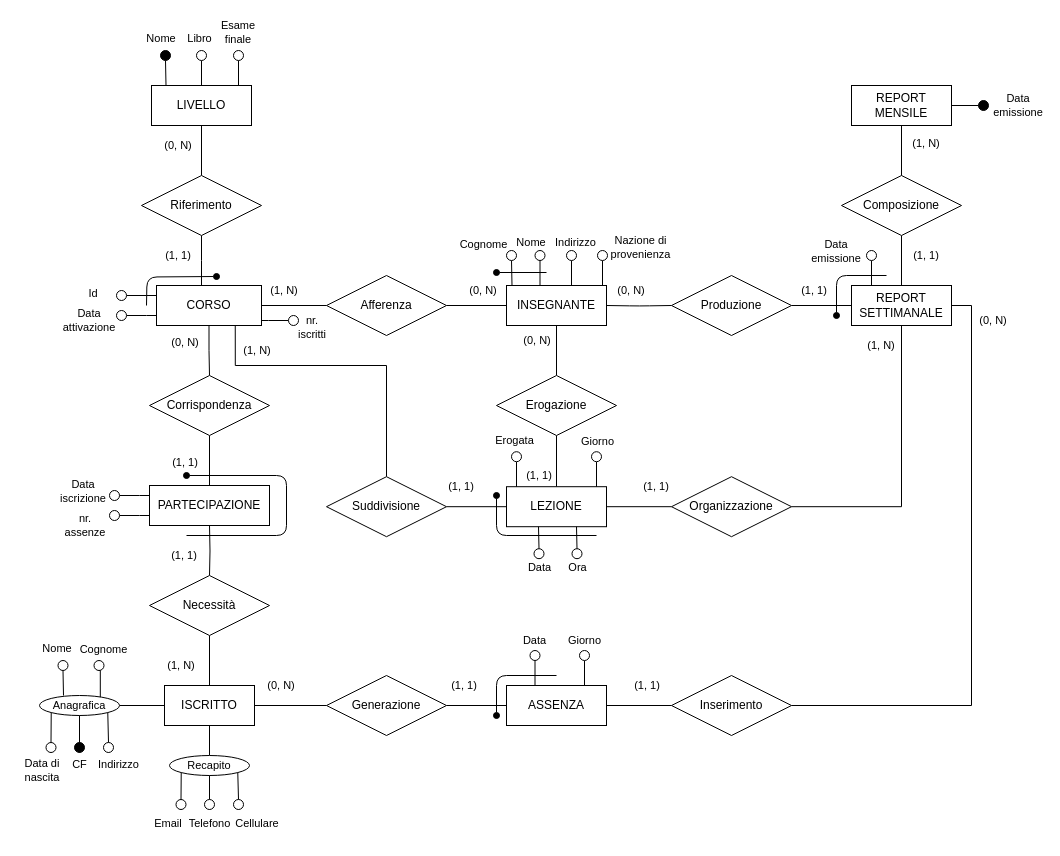
This is progettoDB.drawio from TizianoLilli/GitExerciseLinux, a draw.io file, before an edit. Source tidied: cells renumbered, new cells numbered last; positions are measured from the earlier drawing's top-left corner, leaving out a move shared by most shapes. Both pictures are drawn from the tidied source at 100%, with x=0, y=0 at pixel (17, 17).
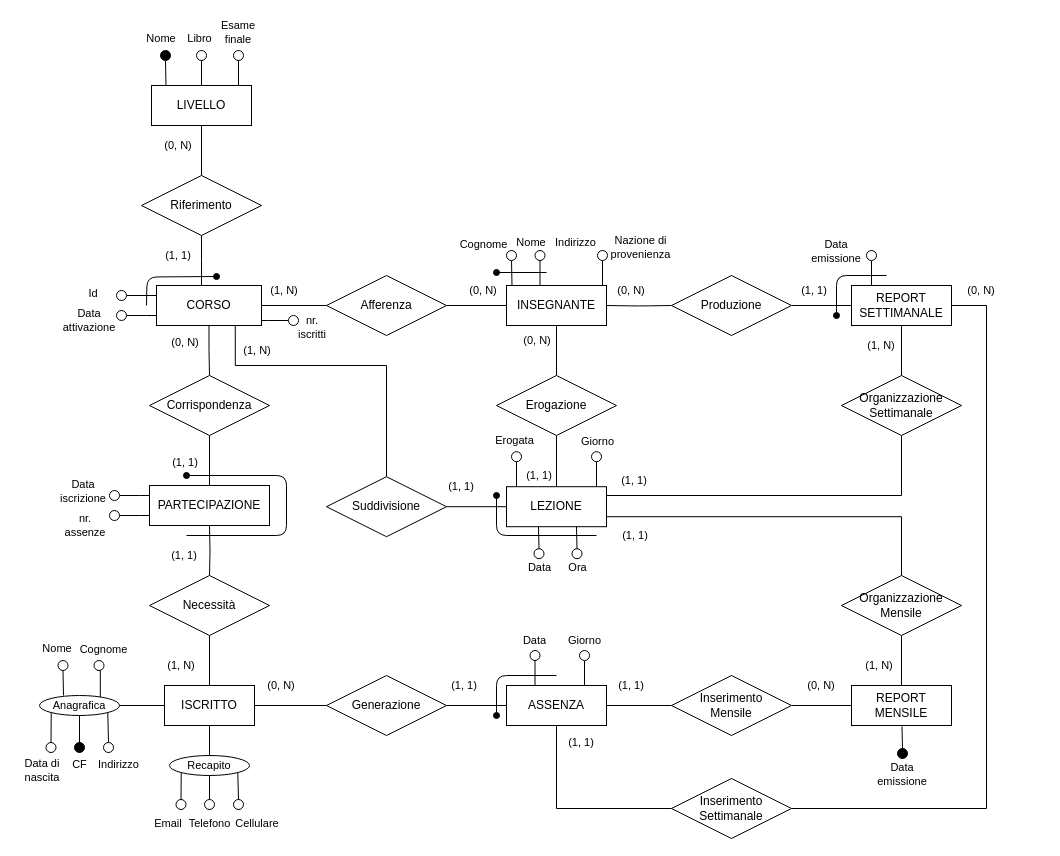
Above is the later version.

Unchanged cells that the change refers to:
```xml
<mxCell id="27" value="REPORT SETTIMANALE" style="whiteSpace=wrap;html=1;align=center;" parent="1" vertex="1">
  <mxGeometry x="834" y="268" width="100" height="40" as="geometry" />
</mxCell>
<mxCell id="34" value="LEZIONE" style="whiteSpace=wrap;html=1;align=center;" parent="1" vertex="1">
  <mxGeometry x="489" y="469.2" width="100" height="40" as="geometry" />
</mxCell>
<mxCell id="39" value="ASSENZA" style="whiteSpace=wrap;html=1;align=center;" parent="1" vertex="1">
  <mxGeometry x="489" y="668" width="100" height="40" as="geometry" />
</mxCell>
```

The edit, as a diff of the source:
```diff
@@
-    <mxCell id="24" style="edgeStyle=orthogonalEdgeStyle;shape=connector;curved=0;rounded=0;jettySize=auto;html=1;strokeColor=default;align=center;verticalAlign=middle;fontFamily=Helvetica;fontSize=11;fontColor=default;labelBackgroundColor=default;endArrow=none;endFill=0;" parent="1" edge="1" source="27" target="30">
-      <mxGeometry relative="1" as="geometry" />
-    </mxCell>
-    <mxCell id="25" style="edgeStyle=orthogonalEdgeStyle;shape=connector;curved=0;rounded=0;jettySize=auto;html=1;exitX=0.5;exitY=1;exitDx=0;exitDy=0;entryX=1;entryY=0.5;entryDx=0;entryDy=0;strokeColor=default;align=center;verticalAlign=middle;fontFamily=Helvetica;fontSize=11;fontColor=default;labelBackgroundColor=default;endArrow=none;endFill=0;" parent="1" edge="1" source="27" target="38">
+    <mxCell id="25" style="edgeStyle=orthogonalEdgeStyle;shape=connector;curved=0;rounded=0;jettySize=auto;html=1;exitX=0.5;exitY=1;exitDx=0;exitDy=0;entryX=0.5;entryY=0;entryDx=0;entryDy=0;strokeColor=default;align=center;verticalAlign=middle;fontFamily=Helvetica;fontSize=11;fontColor=default;labelBackgroundColor=default;endArrow=none;endFill=0;" parent="1" edge="1" source="27" target="38">
       <mxGeometry relative="1" as="geometry" />
     </mxCell>
     <mxCell id="26" style="edgeStyle=orthogonalEdgeStyle;shape=connector;curved=0;rounded=0;jettySize=auto;html=1;exitX=1;exitY=0.5;exitDx=0;exitDy=0;entryX=1;entryY=0.5;entryDx=0;entryDy=0;strokeColor=default;align=center;verticalAlign=middle;fontFamily=Helvetica;fontSize=11;fontColor=default;labelBackgroundColor=default;endArrow=none;endFill=0;" parent="1" edge="1" source="27" target="44">
-      <mxGeometry relative="1" as="geometry" />
+      <mxGeometry relative="1" as="geometry">
+        <Array as="points">
+          <mxPoint x="969" y="288" />
+          <mxPoint x="969" y="791" />
+        </Array>
+      </mxGeometry>
     </mxCell>
@@
-    <mxCell id="30" value="Composizione" style="shape=rhombus;perimeter=rhombusPerimeter;whiteSpace=wrap;html=1;align=center;" parent="1" vertex="1">
-      <mxGeometry x="824" y="158" width="120" height="60" as="geometry" />
-    </mxCell>
-    <mxCell id="31" style="edgeStyle=orthogonalEdgeStyle;shape=connector;curved=0;rounded=0;jettySize=auto;html=1;strokeColor=default;align=center;verticalAlign=middle;fontFamily=Helvetica;fontSize=11;fontColor=default;labelBackgroundColor=default;endArrow=none;endFill=0;" parent="1" edge="1" source="32" target="30">
-      <mxGeometry relative="1" as="geometry" />
-    </mxCell>
+    <mxCell id="168" style="edgeStyle=orthogonalEdgeStyle;rounded=0;jettySize=auto;html=1;endArrow=none;endFill=0;" parent="1" edge="1" source="32" target="173">
+      <mxGeometry relative="1" as="geometry" />
+    </mxCell>
     <mxCell id="32" value="REPORT MENSILE" style="whiteSpace=wrap;html=1;align=center;" parent="1" vertex="1">
-      <mxGeometry x="834" y="68" width="100" height="40" as="geometry" />
+      <mxGeometry x="834" y="668" width="100" height="40" as="geometry" />
     </mxCell>
@@
+    <mxCell id="169" style="edgeStyle=orthogonalEdgeStyle;rounded=0;jettySize=auto;html=1;exitX=1;exitY=0.75;exitDx=0;exitDy=0;entryX=0.5;entryY=0;entryDx=0;entryDy=0;endArrow=none;endFill=0;" parent="1" edge="1" source="34" target="173">
+      <mxGeometry relative="1" as="geometry" />
+    </mxCell>
@@
-    <mxCell id="37" style="edgeStyle=orthogonalEdgeStyle;shape=connector;curved=0;rounded=0;jettySize=auto;html=1;strokeColor=default;align=center;verticalAlign=middle;fontFamily=Helvetica;fontSize=11;fontColor=default;labelBackgroundColor=default;endArrow=none;endFill=0;" parent="1" edge="1" source="38" target="34">
-      <mxGeometry relative="1" as="geometry" />
+    <mxCell id="37" style="edgeStyle=orthogonalEdgeStyle;shape=connector;curved=0;rounded=0;jettySize=auto;html=1;strokeColor=default;align=center;verticalAlign=middle;fontFamily=Helvetica;fontSize=11;fontColor=default;labelBackgroundColor=default;endArrow=none;endFill=0;exitX=0.5;exitY=1;exitDx=0;exitDy=0;" parent="1" edge="1" source="38" target="34">
+      <mxGeometry relative="1" as="geometry">
+        <Array as="points">
+          <mxPoint x="884" y="478" />
+        </Array>
+      </mxGeometry>
     </mxCell>
-    <mxCell id="38" value="Organizzazione" style="shape=rhombus;perimeter=rhombusPerimeter;whiteSpace=wrap;html=1;align=center;" parent="1" vertex="1">
-      <mxGeometry x="654" y="459.2" width="120" height="60" as="geometry" />
+    <mxCell id="38" value="Organizzazione&lt;div&gt;Settimanale&lt;/div&gt;" style="shape=rhombus;perimeter=rhombusPerimeter;whiteSpace=wrap;html=1;align=center;" parent="1" vertex="1">
+      <mxGeometry x="824" y="358" width="120" height="60" as="geometry" />
     </mxCell>
+    <mxCell id="170" style="edgeStyle=orthogonalEdgeStyle;rounded=0;jettySize=auto;html=1;endArrow=none;endFill=0;" parent="1" edge="1" source="39" target="172">
+      <mxGeometry relative="1" as="geometry" />
+    </mxCell>
@@
-    <mxCell id="44" value="Inserimento" style="shape=rhombus;perimeter=rhombusPerimeter;whiteSpace=wrap;html=1;align=center;" parent="1" vertex="1">
-      <mxGeometry x="654" y="658" width="120" height="60" as="geometry" />
+    <mxCell id="44" value="Inserimento&lt;div&gt;Settimanale&lt;/div&gt;" style="shape=rhombus;perimeter=rhombusPerimeter;whiteSpace=wrap;html=1;align=center;" parent="1" vertex="1">
+      <mxGeometry x="654" y="761" width="120" height="60" as="geometry" />
     </mxCell>
@@
     <mxCell id="89" value="Data emissione" style="text;html=1;whiteSpace=wrap;strokeColor=none;fillColor=none;align=center;verticalAlign=middle;rounded=0;fontFamily=Helvetica;fontSize=11;fontColor=default;labelBackgroundColor=default;" parent="1" vertex="1">
-      <mxGeometry x="981" y="73" width="40" height="30" as="geometry" />
+      <mxGeometry x="865" y="741.5" width="40" height="30" as="geometry" />
     </mxCell>
-    <mxCell id="90" style="edgeStyle=orthogonalEdgeStyle;shape=connector;rounded=0;jettySize=auto;html=1;strokeColor=default;align=center;verticalAlign=middle;fontFamily=Helvetica;fontSize=11;fontColor=default;labelBackgroundColor=default;endArrow=none;endFill=0;entryX=1;entryY=0.5;entryDx=0;entryDy=0;" parent="1" edge="1" source="91" target="32">
-      <mxGeometry relative="1" as="geometry" />
-    </mxCell>
-    <mxCell id="91" style="ellipse;whiteSpace=wrap;html=1;rounded=1;fontFamily=Helvetica;fontSize=11;fontColor=default;labelBackgroundColor=default;fillColor=#000000;" parent="1" vertex="1">
-      <mxGeometry x="961" y="83" width="10" height="10" as="geometry" />
-    </mxCell>
@@
     <mxCell id="114" value="(0, N)" style="text;html=1;whiteSpace=wrap;strokeColor=none;fillColor=none;align=center;verticalAlign=middle;rounded=0;fontFamily=Helvetica;fontSize=11;fontColor=default;labelBackgroundColor=default;" parent="1" vertex="1">
-      <mxGeometry x="961" y="293" width="30" height="20" as="geometry" />
+      <mxGeometry x="949" y="263" width="30" height="20" as="geometry" />
     </mxCell>
@@
     <mxCell id="116" value="(1, 1)" style="text;html=1;whiteSpace=wrap;strokeColor=none;fillColor=none;align=center;verticalAlign=middle;rounded=0;fontFamily=Helvetica;fontSize=11;fontColor=default;labelBackgroundColor=default;" parent="1" vertex="1">
-      <mxGeometry x="614.5" y="658" width="30" height="20" as="geometry" />
+      <mxGeometry x="549" y="714.5" width="30" height="20" as="geometry" />
     </mxCell>
-    <mxCell id="117" value="(1, N)" style="text;html=1;whiteSpace=wrap;strokeColor=none;fillColor=none;align=center;verticalAlign=middle;rounded=0;fontFamily=Helvetica;fontSize=11;fontColor=default;labelBackgroundColor=default;" parent="1" vertex="1">
-      <mxGeometry x="894" y="116" width="30" height="20" as="geometry" />
-    </mxCell>
-    <mxCell id="118" value="(1, 1)" style="text;html=1;whiteSpace=wrap;strokeColor=none;fillColor=none;align=center;verticalAlign=middle;rounded=0;fontFamily=Helvetica;fontSize=11;fontColor=default;labelBackgroundColor=default;" parent="1" vertex="1">
-      <mxGeometry x="894" y="228" width="30" height="20" as="geometry" />
-    </mxCell>
@@
     <mxCell id="125" value="(1, 1)" style="text;html=1;whiteSpace=wrap;strokeColor=none;fillColor=none;align=center;verticalAlign=middle;rounded=0;fontFamily=Helvetica;fontSize=11;fontColor=default;labelBackgroundColor=default;" parent="1" vertex="1">
-      <mxGeometry x="624" y="459" width="30" height="20" as="geometry" />
+      <mxGeometry x="602" y="453" width="30" height="20" as="geometry" />
     </mxCell>
@@
-    <mxCell id="138" style="edgeStyle=orthogonalEdgeStyle;shape=connector;curved=0;rounded=0;jettySize=auto;html=1;exitX=0.5;exitY=1;exitDx=0;exitDy=0;entryX=0.25;entryY=0;entryDx=0;entryDy=0;strokeColor=default;align=center;verticalAlign=middle;fontFamily=Helvetica;fontSize=11;fontColor=default;labelBackgroundColor=default;endArrow=none;endFill=0;" parent="1" edge="1" source="139">
-      <mxGeometry relative="1" as="geometry">
-        <mxPoint x="554" y="268" as="targetPoint" />
-      </mxGeometry>
-    </mxCell>
-    <mxCell id="139" style="ellipse;whiteSpace=wrap;html=1;rounded=1;fontFamily=Helvetica;fontSize=11;fontColor=default;labelBackgroundColor=default;fillColor=#FFFFFF;" parent="1" vertex="1">
-      <mxGeometry x="549" y="233" width="10" height="10" as="geometry" />
-    </mxCell>
@@
+    <mxCell id="171" style="edgeStyle=orthogonalEdgeStyle;rounded=0;jettySize=auto;html=1;endArrow=none;endFill=0;" parent="1" edge="1" source="172" target="32">
+      <mxGeometry relative="1" as="geometry" />
+    </mxCell>
+    <mxCell id="172" value="Inserimento&lt;div&gt;Mensile&lt;/div&gt;" style="shape=rhombus;perimeter=rhombusPerimeter;whiteSpace=wrap;html=1;align=center;" parent="1" vertex="1">
+      <mxGeometry x="654" y="658" width="120" height="60" as="geometry" />
+    </mxCell>
+    <mxCell id="173" value="Organizzazione&lt;div&gt;Mensile&lt;/div&gt;" style="shape=rhombus;perimeter=rhombusPerimeter;whiteSpace=wrap;html=1;align=center;" parent="1" vertex="1">
+      <mxGeometry x="824" y="558" width="120" height="60" as="geometry" />
+    </mxCell>
+    <mxCell id="174" style="edgeStyle=orthogonalEdgeStyle;shape=connector;curved=0;rounded=0;orthogonalLoop=1;jettySize=auto;html=1;exitX=0.5;exitY=1;exitDx=0;exitDy=0;entryX=0.5;entryY=0;entryDx=0;entryDy=0;strokeColor=default;align=center;verticalAlign=middle;fontFamily=Helvetica;fontSize=11;fontColor=default;labelBackgroundColor=default;endArrow=none;endFill=0;" parent="1" edge="1" source="176" target="176">
+      <mxGeometry relative="1" as="geometry" />
+    </mxCell>
+    <mxCell id="175" style="edgeStyle=orthogonalEdgeStyle;shape=connector;rounded=0;jettySize=auto;html=1;exitX=0.5;exitY=0;exitDx=0;exitDy=0;entryX=0.5;entryY=1;entryDx=0;entryDy=0;strokeColor=default;align=center;verticalAlign=middle;fontFamily=Helvetica;fontSize=11;fontColor=default;labelBackgroundColor=default;endArrow=none;endFill=0;" parent="1" edge="1" source="176">
+      <mxGeometry relative="1" as="geometry">
+        <mxPoint x="884.5" y="709" as="targetPoint" />
+      </mxGeometry>
+    </mxCell>
+    <mxCell id="176" style="ellipse;whiteSpace=wrap;html=1;rounded=1;fontFamily=Helvetica;fontSize=11;fontColor=default;labelBackgroundColor=default;fillColor=#000000;" parent="1" vertex="1">
+      <mxGeometry x="880" y="731" width="10" height="10" as="geometry" />
+    </mxCell>
+    <mxCell id="177" value="(1, 1)" style="text;html=1;whiteSpace=wrap;strokeColor=none;fillColor=none;align=center;verticalAlign=middle;rounded=0;fontFamily=Helvetica;fontSize=11;fontColor=default;labelBackgroundColor=default;" parent="1" vertex="1">
+      <mxGeometry x="599" y="658" width="30" height="20" as="geometry" />
+    </mxCell>
+    <mxCell id="178" value="(1, 1)" style="text;html=1;whiteSpace=wrap;strokeColor=none;fillColor=none;align=center;verticalAlign=middle;rounded=0;fontFamily=Helvetica;fontSize=11;fontColor=default;labelBackgroundColor=default;" parent="1" vertex="1">
+      <mxGeometry x="603" y="508" width="30" height="20" as="geometry" />
+    </mxCell>
+    <mxCell id="179" value="(0, N)" style="text;html=1;whiteSpace=wrap;strokeColor=none;fillColor=none;align=center;verticalAlign=middle;rounded=0;fontFamily=Helvetica;fontSize=11;fontColor=default;labelBackgroundColor=default;" parent="1" vertex="1">
+      <mxGeometry x="789" y="658" width="30" height="20" as="geometry" />
+    </mxCell>
+    <mxCell id="117" value="(1, N)" style="text;html=1;whiteSpace=wrap;strokeColor=none;fillColor=none;align=center;verticalAlign=middle;rounded=0;fontFamily=Helvetica;fontSize=11;fontColor=default;labelBackgroundColor=default;" parent="1" vertex="1">
+      <mxGeometry x="847" y="638" width="30" height="20" as="geometry" />
+    </mxCell>
```
